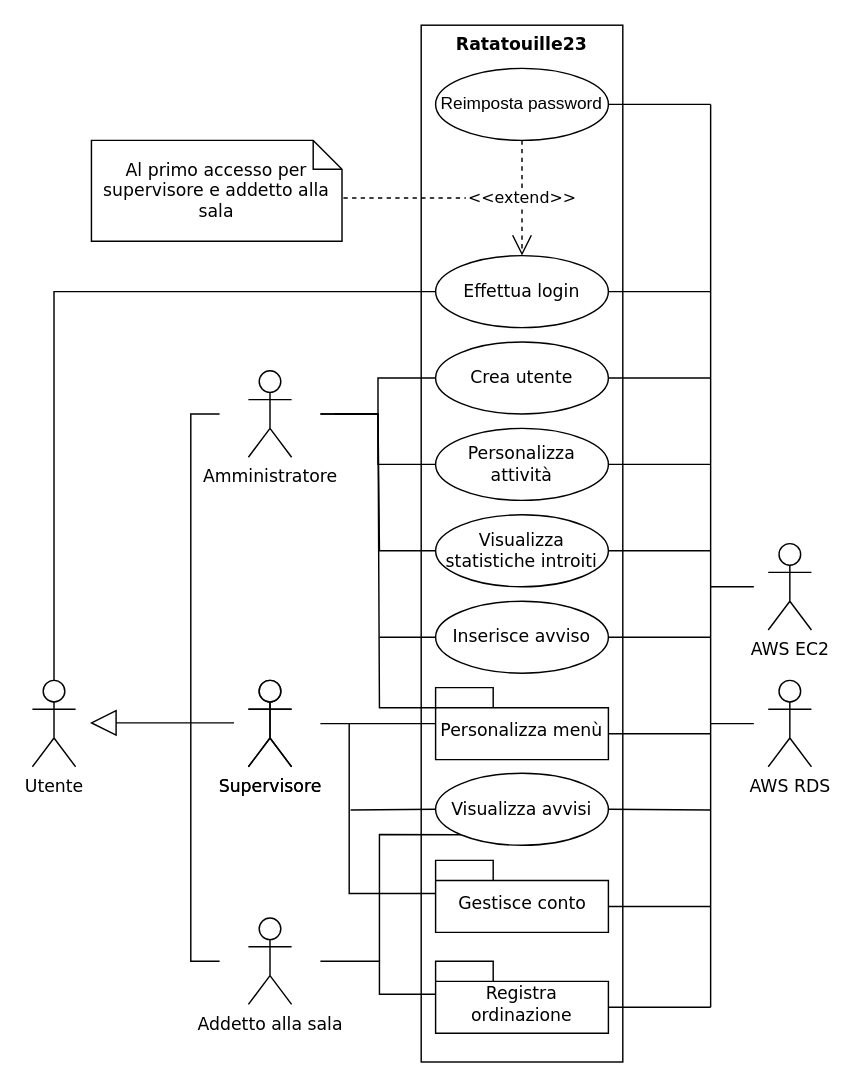
Before: Documentazione/Use Case Diagram/drawio/UseCaseDiagram - Ratatouille23.drawio in vittorioruggiero/Progetto-IngSw, a draw.io diagram. Source tidied: cells renumbered, new cells numbered last; positions are measured from the earlier drawing's top-left corner, leaving out a move shared by most shapes. Both pictures are drawn from the tidied source at 144%, with x=0, y=0 at pixel (32, 24).
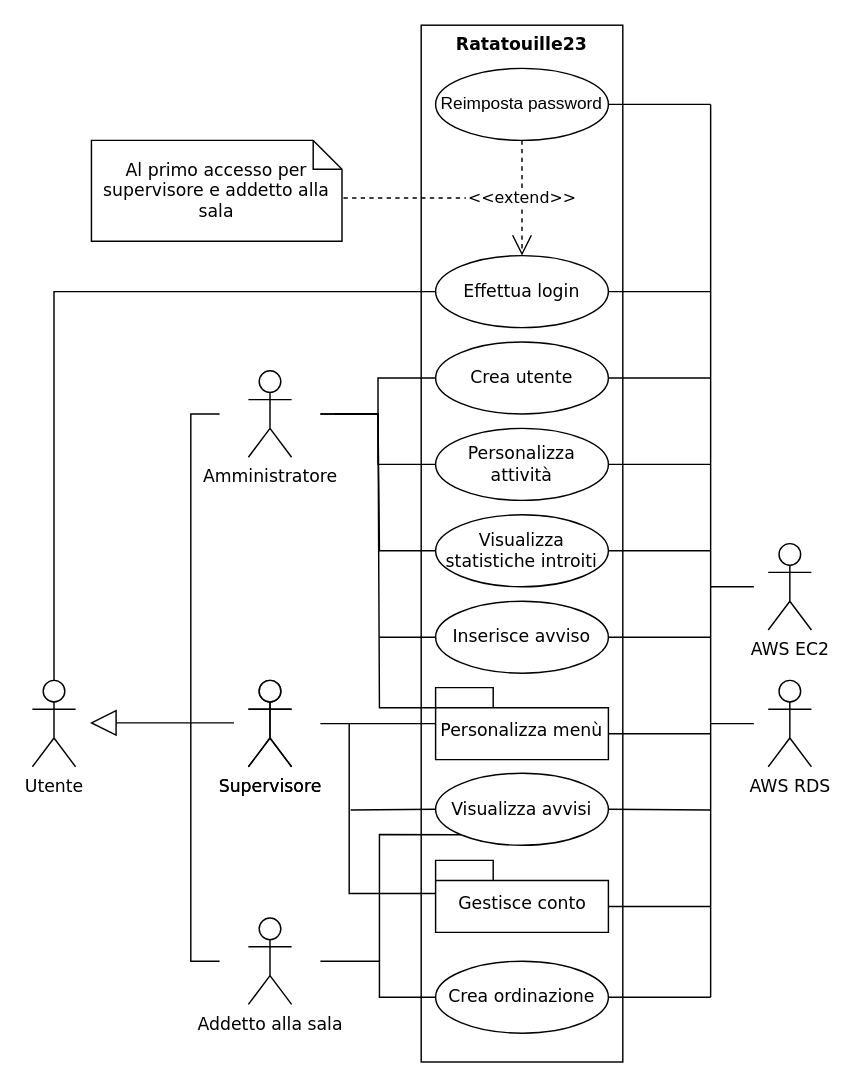
Above is the later version.

Commit message:
UseCaseDiagram - Ratatouille23.drawio aggiornato togliendo package "Registra ordinazione"

Change to the diagram source:
```diff
@@
-    <mxCell id="19" value="Registra ordinazione" style="shape=folder;fontStyle=0;spacingTop=10;tabWidth=40;tabHeight=14;tabPosition=left;html=1;fontFamily=Verdana;fillColor=default;gradientColor=none;whiteSpace=wrap;" parent="1" vertex="1">
-      <mxGeometry x="280" y="650" width="120" height="50" as="geometry" />
-    </mxCell>
@@
-    <mxCell id="26" style="endArrow=none;html=1;rounded=0;fontFamily=Verdana;entryX=0;entryY=0;entryDx=0;entryDy=23;entryPerimeter=0;" parent="1" edge="1" target="19">
+    <mxCell id="26" style="endArrow=none;html=1;rounded=0;fontFamily=Verdana;entryX=0;entryY=0.5;entryDx=0;entryDy=0;" parent="1" edge="1" target="51">
       <mxGeometry relative="1" as="geometry">
         <mxPoint x="200" y="650" as="sourcePoint" />
         <Array as="points">
           <mxPoint x="241" y="650" />
-          <mxPoint x="241" y="673" />
+          <mxPoint x="241" y="675" />
         </Array>
       </mxGeometry>
     </mxCell>
@@
     <mxCell id="41" style="endArrow=none;html=1;rounded=0;" parent="1" edge="1">
       <mxGeometry relative="1" as="geometry">
-        <mxPoint x="471" y="682" as="sourcePoint" />
+        <mxPoint x="471" y="675" as="sourcePoint" />
         <mxPoint x="471" y="55" as="targetPoint" />
       </mxGeometry>
     </mxCell>
-    <mxCell id="42" style="endArrow=none;html=1;rounded=0;exitX=0;exitY=0;exitDx=120;exitDy=32;exitPerimeter=0;" parent="1" edge="1" source="19">
+    <mxCell id="42" style="endArrow=none;html=1;rounded=0;exitX=1;exitY=0.5;exitDx=0;exitDy=0;" parent="1" edge="1" source="51">
       <mxGeometry relative="1" as="geometry">
-        <mxPoint x="471" y="682" as="targetPoint" />
+        <mxPoint x="471" y="675" as="targetPoint" />
       </mxGeometry>
     </mxCell>
@@
+    <mxCell id="51" value="Crea ordinazione" style="ellipse;whiteSpace=wrap;html=1;fontFamily=Verdana;" parent="1" vertex="1">
+      <mxGeometry x="280" y="650" width="120" height="50" as="geometry" />
+    </mxCell>
```
